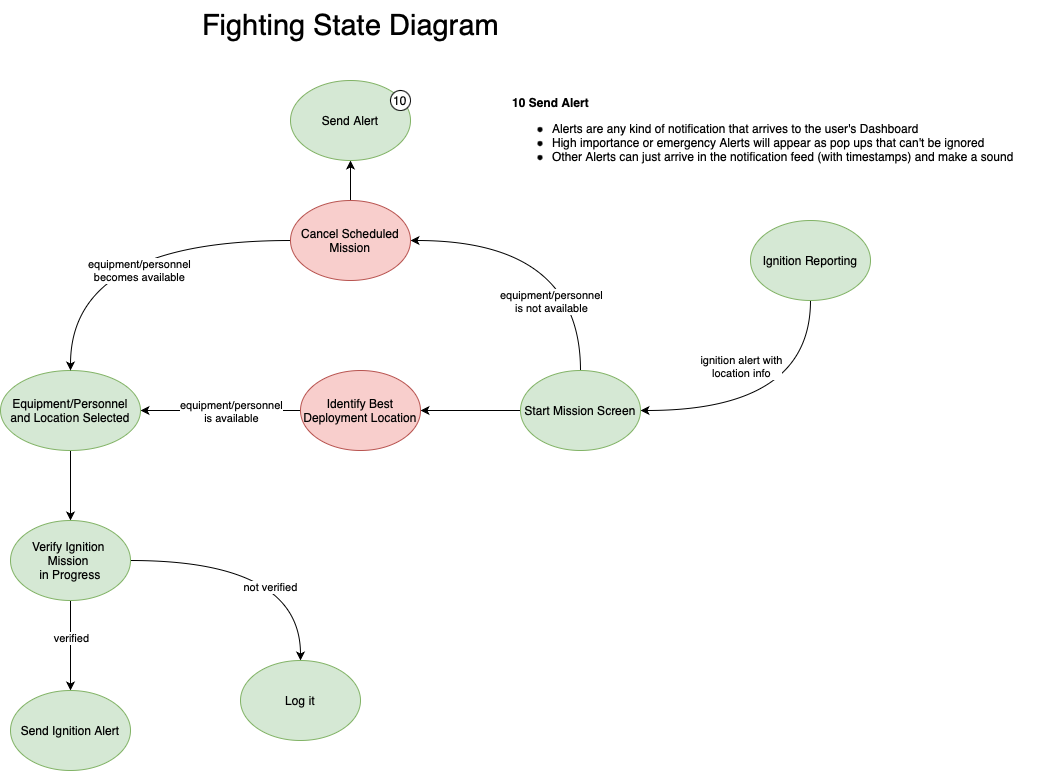
Above: StateDiagrams/Detection.drawio.png in Fire-Prevention/fire-prevention (draw.io), before the change. Source tidied: cells renumbered, new cells last; positions are measured from the earlier drawing's top-left corner, leaving out a move shared by most shapes.
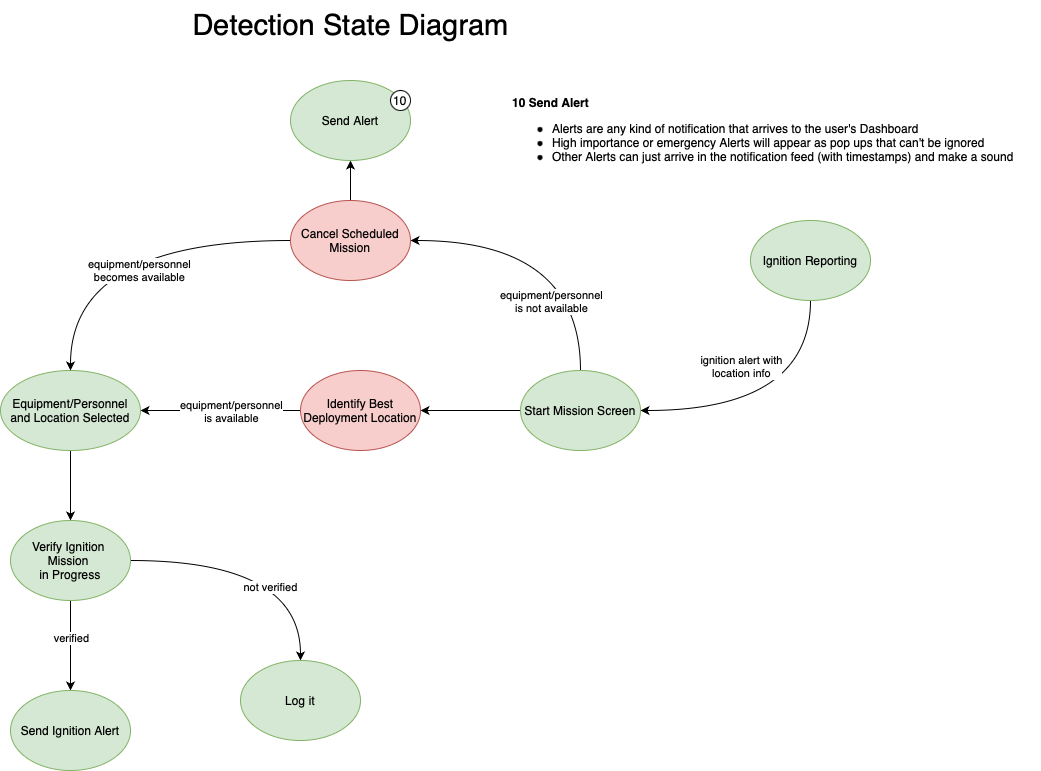
The same file after the commit.

Change to the diagram source:
```diff
@@ -102,8 +102,8 @@
     <mxCell id="27" value="&lt;b&gt;10 Send Alert&lt;/b&gt;&lt;br&gt;&lt;ul&gt;&lt;li&gt;Alerts are any kind of notification that arrives to the user's Dashboard&lt;/li&gt;&lt;li&gt;High importance or emergency Alerts will appear as pop ups that can't be ignored&lt;/li&gt;&lt;li&gt;Other Alerts can just arrive in the notification feed (with timestamps) and make a sound&lt;/li&gt;&lt;/ul&gt;" style="text;html=1;align=left;verticalAlign=middle;strokeColor=none;fillColor=none;" parent="1" vertex="1">
       <mxGeometry x="510" y="90" width="530" height="90" as="geometry" />
     </mxCell>
-    <mxCell id="28" value="&lt;font style=&quot;font-size: 29px;&quot;&gt;Fighting State Diagram&lt;/font&gt;" style="text;html=1;align=center;verticalAlign=middle;strokeColor=none;fillColor=none;" parent="1" vertex="1">
-      <mxGeometry x="190" width="320" height="50" as="geometry" />
+    <mxCell id="28" value="&lt;font style=&quot;font-size: 29px;&quot;&gt;Detection State Diagram&lt;/font&gt;" style="text;html=1;align=center;verticalAlign=middle;strokeColor=none;fillColor=none;" parent="1" vertex="1">
+      <mxGeometry x="180" width="340" height="50" as="geometry" />
     </mxCell>
   </root>
 </mxGraphModel>
```
